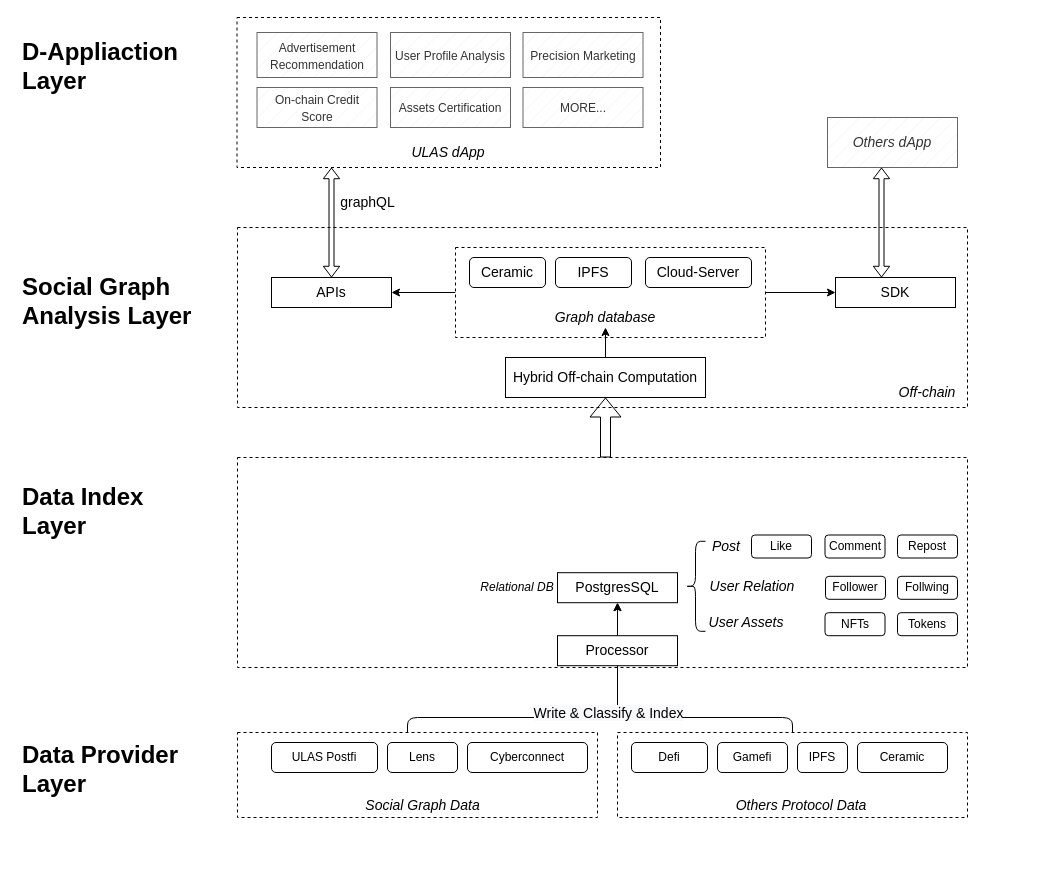
Above: Social Graph Quality Analysis.drawio in ulasnetwork/ulas-diagram (draw.io), before the change. Source tidied: cells renumbered, new cells numbered last; positions are measured from the earlier drawing's top-left corner, leaving out a move shared by most shapes. Both pictures are drawn from the tidied source at 100%, with x=0, y=0 at pixel (17, 17).
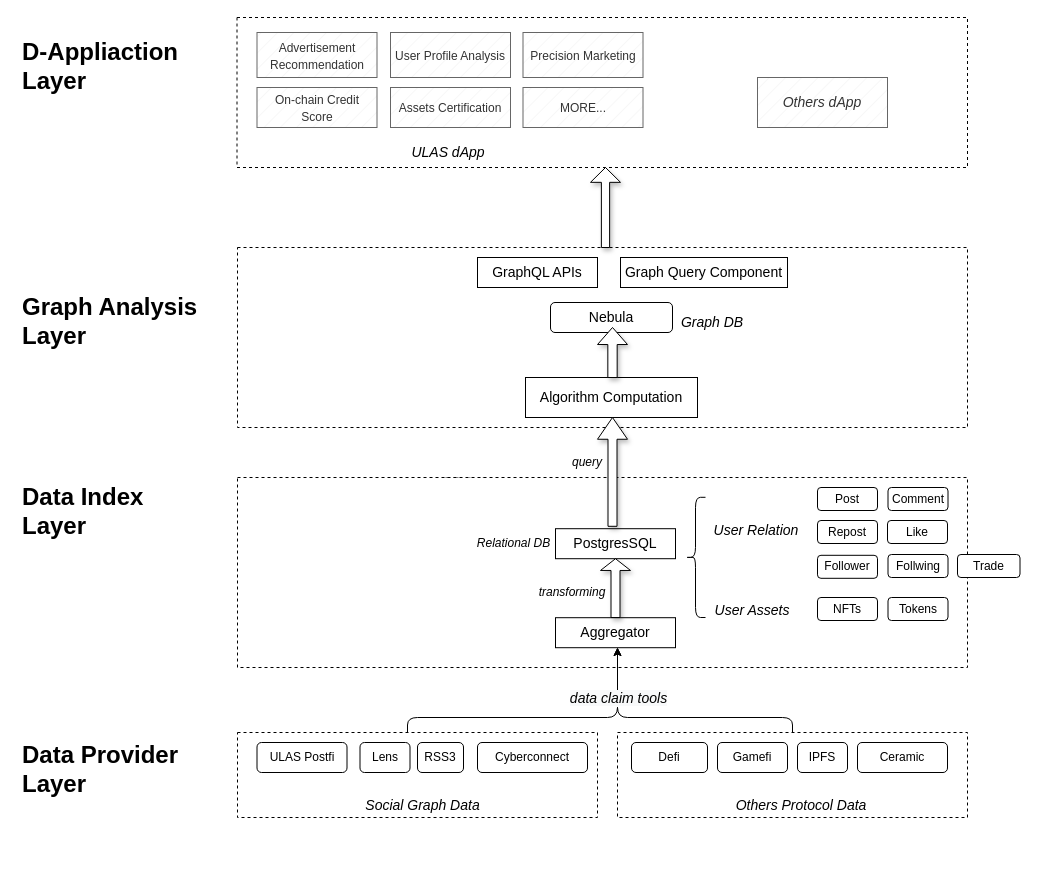
The same diagram, later.

The change refers to these unchanged cells:
```xml
<mxCell id="7" style="rounded=0;whiteSpace=wrap;html=1;dashed=1;" parent="1" vertex="1">
  <mxGeometry x="220" y="715" width="360" height="85" as="geometry" />
</mxCell>
<mxCell id="29" style="rounded=0;whiteSpace=wrap;html=1;dashed=1;" parent="1" vertex="1">
  <mxGeometry x="600" y="715" width="350" height="85" as="geometry" />
</mxCell>
```

Change to the diagram source:
```diff
@@
     <mxCell id="2" style="rounded=0;whiteSpace=wrap;html=1;dashed=1;" parent="1" vertex="1">
-      <mxGeometry x="220" y="210" width="730" height="180" as="geometry" />
+      <mxGeometry x="220" y="230" width="730" height="180" as="geometry" />
     </mxCell>
     <mxCell id="3" style="rounded=0;whiteSpace=wrap;html=1;dashed=1;" parent="1" vertex="1">
-      <mxGeometry x="219.5" width="423.5" height="150" as="geometry" />
+      <mxGeometry x="219.5" width="730.5" height="150" as="geometry" />
     </mxCell>
-    <mxCell id="4" style="edgeStyle=orthogonalEdgeStyle;rounded=1;jettySize=auto;html=1;fontSize=14;" parent="1" edge="1" source="6" target="47">
-      <mxGeometry relative="1" as="geometry" />
-    </mxCell>
-    <mxCell id="5" style="edgeStyle=orthogonalEdgeStyle;rounded=1;jettySize=auto;html=1;fontSize=14;" parent="1" edge="1" source="6" target="46">
-      <mxGeometry relative="1" as="geometry" />
-    </mxCell>
-    <mxCell id="6" style="rounded=0;whiteSpace=wrap;html=1;dashed=1;" parent="1" vertex="1">
-      <mxGeometry x="438" y="230" width="310" height="90" as="geometry" />
-    </mxCell>
@@
     <mxCell id="9" value="ULAS Postfi" style="rounded=1;whiteSpace=wrap;html=1;" parent="1" vertex="1">
-      <mxGeometry x="254" y="725" width="106" height="30" as="geometry" />
+      <mxGeometry x="239.5" y="725" width="90" height="30" as="geometry" />
     </mxCell>
-    <mxCell id="10" value="&lt;h1&gt;Social Graph Analysis Layer&lt;/h1&gt;" style="text;html=1;strokeColor=none;fillColor=none;spacing=5;spacingTop=-20;whiteSpace=wrap;overflow=hidden;rounded=0;" parent="1" vertex="1">
-      <mxGeometry y="250" width="190" height="120" as="geometry" />
+    <mxCell id="10" value="&lt;h1&gt;Graph Analysis Layer&lt;/h1&gt;" style="text;html=1;strokeColor=none;fillColor=none;spacing=5;spacingTop=-20;whiteSpace=wrap;overflow=hidden;rounded=0;" parent="1" vertex="1">
+      <mxGeometry y="270" width="210" height="120" as="geometry" />
     </mxCell>
@@
     <mxCell id="12" value="Lens" style="rounded=1;whiteSpace=wrap;html=1;" parent="1" vertex="1">
-      <mxGeometry x="370" y="725" width="70" height="30" as="geometry" />
+      <mxGeometry x="342.5" y="725" width="50" height="30" as="geometry" />
     </mxCell>
     <mxCell id="13" value="Cyberconnect" style="rounded=1;whiteSpace=wrap;html=1;" parent="1" vertex="1">
-      <mxGeometry x="450" y="725" width="120" height="30" as="geometry" />
+      <mxGeometry x="460" y="725" width="110" height="30" as="geometry" />
     </mxCell>
@@
     <mxCell id="16" style="rounded=0;whiteSpace=wrap;html=1;dashed=1;" parent="1" vertex="1">
-      <mxGeometry x="220" y="440" width="730" height="210" as="geometry" />
+      <mxGeometry x="220" y="460" width="730" height="190" as="geometry" />
     </mxCell>
     <mxCell id="17" value="Like" style="rounded=1;whiteSpace=wrap;html=1;" parent="1" vertex="1">
-      <mxGeometry x="734" y="517.5" width="60" height="23" as="geometry" />
+      <mxGeometry x="870" y="503" width="60" height="23" as="geometry" />
     </mxCell>
     <mxCell id="18" value="Comment" style="rounded=1;whiteSpace=wrap;html=1;" parent="1" vertex="1">
-      <mxGeometry x="807.5" y="517.5" width="60" height="23" as="geometry" />
+      <mxGeometry x="870.5" y="470" width="60" height="23" as="geometry" />
     </mxCell>
     <mxCell id="19" value="Repost" style="rounded=1;whiteSpace=wrap;html=1;" parent="1" vertex="1">
-      <mxGeometry x="880" y="517.5" width="60" height="23" as="geometry" />
+      <mxGeometry x="800" y="503" width="60" height="23" as="geometry" />
     </mxCell>
-    <mxCell id="20" value="&lt;font style=&quot;font-size: 14px;&quot;&gt;&lt;i&gt;Post&lt;/i&gt;&lt;/font&gt;" style="text;html=1;strokeColor=none;fillColor=none;align=center;verticalAlign=middle;whiteSpace=wrap;rounded=0;" parent="1" vertex="1">
-      <mxGeometry x="692" y="514" width="34" height="30" as="geometry" />
-    </mxCell>
     <mxCell id="21" value="Follower" style="rounded=1;whiteSpace=wrap;html=1;" parent="1" vertex="1">
-      <mxGeometry x="808" y="558.8" width="60" height="23" as="geometry" />
+      <mxGeometry x="800" y="537.8" width="60" height="23" as="geometry" />
     </mxCell>
     <mxCell id="22" value="Follwing" style="rounded=1;whiteSpace=wrap;html=1;" parent="1" vertex="1">
-      <mxGeometry x="880" y="558.8" width="60" height="23" as="geometry" />
+      <mxGeometry x="870.5" y="537" width="60" height="23" as="geometry" />
     </mxCell>
     <mxCell id="23" value="&lt;font style=&quot;font-size: 14px;&quot;&gt;&lt;i&gt;User Relation&lt;/i&gt;&lt;/font&gt;" style="text;html=1;strokeColor=none;fillColor=none;align=center;verticalAlign=middle;whiteSpace=wrap;rounded=0;" parent="1" vertex="1">
-      <mxGeometry x="690" y="558.8" width="90" height="20" as="geometry" />
+      <mxGeometry x="694" y="502.8" width="90" height="20" as="geometry" />
     </mxCell>
     <mxCell id="24" value="NFTs" style="rounded=1;whiteSpace=wrap;html=1;" parent="1" vertex="1">
-      <mxGeometry x="807.5" y="595.2" width="60" height="23" as="geometry" />
+      <mxGeometry x="800" y="580" width="60" height="23" as="geometry" />
     </mxCell>
     <mxCell id="25" value="Tokens" style="rounded=1;whiteSpace=wrap;html=1;" parent="1" vertex="1">
-      <mxGeometry x="880" y="595.2" width="60" height="23" as="geometry" />
+      <mxGeometry x="870.5" y="580" width="60" height="23" as="geometry" />
     </mxCell>
     <mxCell id="26" value="&lt;font style=&quot;font-size: 14px;&quot;&gt;&lt;i&gt;User Assets&lt;/i&gt;&lt;/font&gt;" style="text;html=1;strokeColor=none;fillColor=none;align=center;verticalAlign=middle;whiteSpace=wrap;rounded=0;" parent="1" vertex="1">
-      <mxGeometry x="688" y="595.2" width="82" height="20" as="geometry" />
+      <mxGeometry x="694" y="583" width="82" height="20" as="geometry" />
     </mxCell>
@@
-    <mxCell id="28" style="edgeStyle=orthogonalEdgeStyle;rounded=1;jettySize=auto;html=1;fontSize=14;exitX=0.5;exitY=0;exitDx=0;exitDy=0;entryX=0.5;entryY=1;entryDx=0;entryDy=0;" parent="1" edge="1" source="29" target="37">
+    <mxCell id="28" style="edgeStyle=orthogonalEdgeStyle;rounded=1;jettySize=auto;html=1;fontSize=14;exitX=0.5;exitY=0;exitDx=0;exitDy=0;" parent="1" edge="1" source="29">
       <mxGeometry relative="1" as="geometry">
+        <mxPoint x="600" y="630" as="targetPoint" />
         <Array as="points">
           <mxPoint x="775" y="700" />
           <mxPoint x="600" y="700" />
         </Array>
       </mxGeometry>
     </mxCell>
@@
-    <mxCell id="34" style="edgeStyle=orthogonalEdgeStyle;jettySize=auto;html=1;fontSize=14;rounded=1;entryX=0.5;entryY=1;entryDx=0;entryDy=0;" parent="1" edge="1" source="7" target="37">
+    <mxCell id="34" style="edgeStyle=orthogonalEdgeStyle;jettySize=auto;html=1;fontSize=14;rounded=1;" parent="1" edge="1" source="7">
       <mxGeometry relative="1" as="geometry">
+        <mxPoint x="600" y="630" as="targetPoint" />
         <Array as="points">
           <mxPoint x="390" y="700" />
           <mxPoint x="600" y="700" />
         </Array>
       </mxGeometry>
     </mxCell>
-    <mxCell id="35" value="&lt;span style=&quot;font-size: 14px; background-color: rgb(248, 249, 250);&quot;&gt;Write &amp;amp; Classify &amp;amp; Index&lt;/span&gt;" style="edgeLabel;html=1;align=center;verticalAlign=middle;fontSize=12;" parent="34" vertex="1">
+    <mxCell id="35" value="&lt;span style=&quot;font-size: 14px; background-color: rgb(248, 249, 250);&quot;&gt;data claim tools&lt;/span&gt;" style="edgeLabel;html=1;align=center;verticalAlign=middle;fontSize=12;fontStyle=2;" parent="34" vertex="1">
       <mxGeometry x="-0.16" y="-3" relative="1" as="geometry">
-        <mxPoint x="72" y="-8" as="offset" />
+        <mxPoint x="101" y="-23" as="offset" />
       </mxGeometry>
     </mxCell>
@@
     <mxCell id="37" value="PostgresSQL" style="rounded=0;whiteSpace=wrap;html=1;fontSize=14;" parent="1" vertex="1">
-      <mxGeometry x="540" y="555.2" width="120" height="30" as="geometry" />
+      <mxGeometry x="538" y="511.2" width="120" height="30" as="geometry" />
     </mxCell>
-    <mxCell id="38" style="edgeStyle=orthogonalEdgeStyle;rounded=1;jettySize=auto;html=1;exitX=0.5;exitY=0;exitDx=0;exitDy=0;entryX=0.5;entryY=1;entryDx=0;entryDy=0;fontSize=14;" parent="1" edge="1" source="39" target="45">
-      <mxGeometry relative="1" as="geometry" />
-    </mxCell>
-    <mxCell id="39" value="Hybrid Off-chain Computation" style="rounded=0;whiteSpace=wrap;html=1;fontSize=14;" parent="1" vertex="1">
-      <mxGeometry x="488" y="340" width="200" height="40" as="geometry" />
+    <mxCell id="39" value="Algorithm Computation" style="rounded=0;whiteSpace=wrap;html=1;fontSize=14;" parent="1" vertex="1">
+      <mxGeometry x="508" y="360" width="172" height="40" as="geometry" />
     </mxCell>
@@
-    <mxCell id="42" value="Ceramic" style="rounded=1;whiteSpace=wrap;html=1;fontSize=14;" parent="1" vertex="1">
-      <mxGeometry x="452" y="240" width="76" height="30" as="geometry" />
-    </mxCell>
-    <mxCell id="43" value="IPFS" style="rounded=1;whiteSpace=wrap;html=1;fontSize=14;" parent="1" vertex="1">
-      <mxGeometry x="538" y="240" width="76" height="30" as="geometry" />
-    </mxCell>
-    <mxCell id="44" value="Cloud-Server" style="rounded=1;whiteSpace=wrap;html=1;fontSize=14;" parent="1" vertex="1">
-      <mxGeometry x="628" y="240" width="106" height="30" as="geometry" />
+    <mxCell id="44" value="Nebula" style="rounded=1;whiteSpace=wrap;html=1;fontSize=14;" parent="1" vertex="1">
+      <mxGeometry x="533" y="285" width="122" height="30" as="geometry" />
     </mxCell>
-    <mxCell id="45" value="&lt;font style=&quot;font-size: 14px;&quot;&gt;&lt;i&gt;Graph database&lt;/i&gt;&lt;/font&gt;" style="text;html=1;strokeColor=none;fillColor=none;align=center;verticalAlign=middle;whiteSpace=wrap;rounded=0;" parent="1" vertex="1">
-      <mxGeometry x="533" y="290" width="110" height="20" as="geometry" />
+    <mxCell id="45" value="&lt;span style=&quot;font-size: 14px;&quot;&gt;&lt;i&gt;Graph DB&lt;/i&gt;&lt;/span&gt;" style="text;html=1;strokeColor=none;fillColor=none;align=center;verticalAlign=middle;whiteSpace=wrap;rounded=0;" parent="1" vertex="1">
+      <mxGeometry x="640" y="295" width="110" height="20" as="geometry" />
     </mxCell>
-    <mxCell id="46" value="SDK" style="rounded=0;whiteSpace=wrap;html=1;fontSize=14;" parent="1" vertex="1">
-      <mxGeometry x="818" y="260" width="120" height="30" as="geometry" />
-    </mxCell>
-    <mxCell id="47" value="APIs" style="rounded=0;whiteSpace=wrap;html=1;fontSize=14;" parent="1" vertex="1">
-      <mxGeometry x="254" y="260" width="120" height="30" as="geometry" />
+    <mxCell id="47" value="GraphQL APIs" style="rounded=0;whiteSpace=wrap;html=1;fontSize=14;" parent="1" vertex="1">
+      <mxGeometry x="460" y="240" width="120" height="30" as="geometry" />
     </mxCell>
-    <mxCell id="48" style="shape=flexArrow;endArrow=classic;startArrow=classic;html=1;rounded=1;fontSize=14;exitX=0.5;exitY=0;exitDx=0;exitDy=0;startWidth=10.333333333333334;startSize=3.236666666666667;endWidth=10.333333333333334;endSize=3.236666666666667;width=5;" parent="1" edge="1" source="47">
-      <mxGeometry relative="1" as="geometry">
-        <mxPoint x="314" y="150" as="targetPoint" />
-      </mxGeometry>
-    </mxCell>
-    <mxCell id="49" value="graphQL" style="text;html=1;align=center;verticalAlign=middle;strokeColor=none;fillColor=none;fontSize=14;" parent="1" vertex="1">
-      <mxGeometry x="310" y="170" width="80" height="30" as="geometry" />
-    </mxCell>
@@
-    <mxCell id="55" style="shape=flexArrow;endArrow=classic;startArrow=classic;html=1;rounded=1;fontSize=14;exitX=0.5;exitY=0;exitDx=0;exitDy=0;startWidth=10.333333333333334;startSize=3.236666666666667;endWidth=10.333333333333334;endSize=3.236666666666667;width=5;" parent="1" edge="1">
-      <mxGeometry relative="1" as="geometry">
-        <mxPoint x="864" y="260" as="sourcePoint" />
-        <mxPoint x="864" y="150" as="targetPoint" />
-      </mxGeometry>
-    </mxCell>
     <mxCell id="56" value="&lt;i style=&quot;font-size: 14px;&quot;&gt;Others dApp&lt;/i&gt;" style="rounded=0;whiteSpace=wrap;html=1;fillStyle=hatch;fontSize=12;fillColor=#f5f5f5;fontColor=#333333;strokeColor=#666666;" parent="1" vertex="1">
-      <mxGeometry x="810" y="100" width="130" height="50" as="geometry" />
+      <mxGeometry x="740" y="60" width="130" height="50" as="geometry" />
     </mxCell>
-    <mxCell id="57" value="&lt;i&gt;Off-chain&lt;/i&gt;" style="text;html=1;strokeColor=none;fillColor=none;align=center;verticalAlign=middle;whiteSpace=wrap;rounded=0;fontSize=14;" parent="1" vertex="1">
-      <mxGeometry x="880" y="360" width="60" height="30" as="geometry" />
-    </mxCell>
-    <mxCell id="58" style="shape=flexArrow;endArrow=classic;html=1;rounded=1;fontSize=14;" parent="1" edge="1">
-      <mxGeometry relative="1" as="geometry">
-        <mxPoint x="588" y="440" as="sourcePoint" />
-        <mxPoint x="588" y="380" as="targetPoint" />
-      </mxGeometry>
-    </mxCell>
-    <mxCell id="59" value="&lt;i&gt;Relational DB&lt;/i&gt;" style="text;html=1;strokeColor=none;fillColor=none;align=center;verticalAlign=middle;whiteSpace=wrap;rounded=0;fillStyle=hatch;fontSize=12;" parent="1" vertex="1">
-      <mxGeometry x="460" y="555.2" width="80" height="30" as="geometry" />
-    </mxCell>
     <mxCell id="60" style="shape=curlyBracket;whiteSpace=wrap;html=1;rounded=1;fillStyle=hatch;fontSize=12;" parent="1" vertex="1">
-      <mxGeometry x="668" y="523.8" width="20" height="90" as="geometry" />
+      <mxGeometry x="668" y="479.8" width="20" height="120.2" as="geometry" />
     </mxCell>
-    <mxCell id="61" value="Processor" style="rounded=0;whiteSpace=wrap;html=1;fontSize=14;" parent="1" vertex="1">
-      <mxGeometry x="540" y="618.2" width="120" height="30" as="geometry" />
+    <mxCell id="61" value="Aggregator" style="rounded=0;whiteSpace=wrap;html=1;fontSize=14;" parent="1" vertex="1">
+      <mxGeometry x="538" y="600.2" width="120" height="30" as="geometry" />
     </mxCell>
+    <mxCell id="62" style="shape=singleArrow;direction=north;whiteSpace=wrap;html=1;shadow=1;fillStyle=auto;fontSize=12;" parent="1" vertex="1">
+      <mxGeometry x="583" y="541.2" width="30" height="58.8" as="geometry" />
+    </mxCell>
+    <mxCell id="63" value="&lt;i&gt;transforming&lt;/i&gt;" style="text;html=1;strokeColor=none;fillColor=none;align=center;verticalAlign=middle;whiteSpace=wrap;rounded=0;fillStyle=hatch;fontSize=12;" parent="1" vertex="1">
+      <mxGeometry x="520" y="560" width="70" height="30" as="geometry" />
+    </mxCell>
+    <mxCell id="59" value="&lt;i&gt;Relational DB&lt;/i&gt;" style="text;html=1;strokeColor=none;fillColor=none;align=center;verticalAlign=middle;whiteSpace=wrap;rounded=0;fillStyle=hatch;fontSize=12;" parent="1" vertex="1">
+      <mxGeometry x="455" y="511.2" width="83" height="30" as="geometry" />
+    </mxCell>
+    <mxCell id="64" style="shape=singleArrow;direction=north;whiteSpace=wrap;html=1;shadow=1;fillStyle=auto;fontSize=12;" parent="1" vertex="1">
+      <mxGeometry x="580" y="400" width="30" height="108.8" as="geometry" />
+    </mxCell>
+    <mxCell id="65" value="&lt;i&gt;query&lt;/i&gt;" style="text;html=1;strokeColor=none;fillColor=none;align=center;verticalAlign=middle;whiteSpace=wrap;rounded=0;fillStyle=hatch;fontSize=12;" parent="1" vertex="1">
+      <mxGeometry x="550" y="429.8" width="40" height="30" as="geometry" />
+    </mxCell>
+    <mxCell id="66" value="RSS3" style="rounded=1;whiteSpace=wrap;html=1;" parent="1" vertex="1">
+      <mxGeometry x="400" y="725" width="46" height="30" as="geometry" />
+    </mxCell>
+    <mxCell id="67" style="shape=singleArrow;direction=north;whiteSpace=wrap;html=1;shadow=1;fillStyle=auto;fontSize=12;arrowWidth=0.31097093665080133;arrowSize=0.34066092024413125;" parent="1" vertex="1">
+      <mxGeometry x="580" y="310" width="30" height="50" as="geometry" />
+    </mxCell>
+    <mxCell id="68" value="Trade" style="rounded=1;whiteSpace=wrap;html=1;" parent="1" vertex="1">
+      <mxGeometry x="940" y="537" width="62.5" height="23" as="geometry" />
+    </mxCell>
+    <mxCell id="20" value="Post" style="rounded=1;whiteSpace=wrap;html=1;" parent="1" vertex="1">
+      <mxGeometry x="800" y="470" width="60" height="23" as="geometry" />
+    </mxCell>
+    <mxCell id="69" style="shape=singleArrow;direction=north;whiteSpace=wrap;html=1;shadow=1;fillStyle=auto;fontSize=12;arrowWidth=0.27494710286456814;arrowSize=0.1855587337328032;" parent="1" vertex="1">
+      <mxGeometry x="573" y="150" width="30" height="80" as="geometry" />
+    </mxCell>
+    <mxCell id="70" value="Graph Query Component" style="rounded=0;whiteSpace=wrap;html=1;fontSize=14;" parent="1" vertex="1">
+      <mxGeometry x="603" y="240" width="167" height="30" as="geometry" />
+    </mxCell>
```
